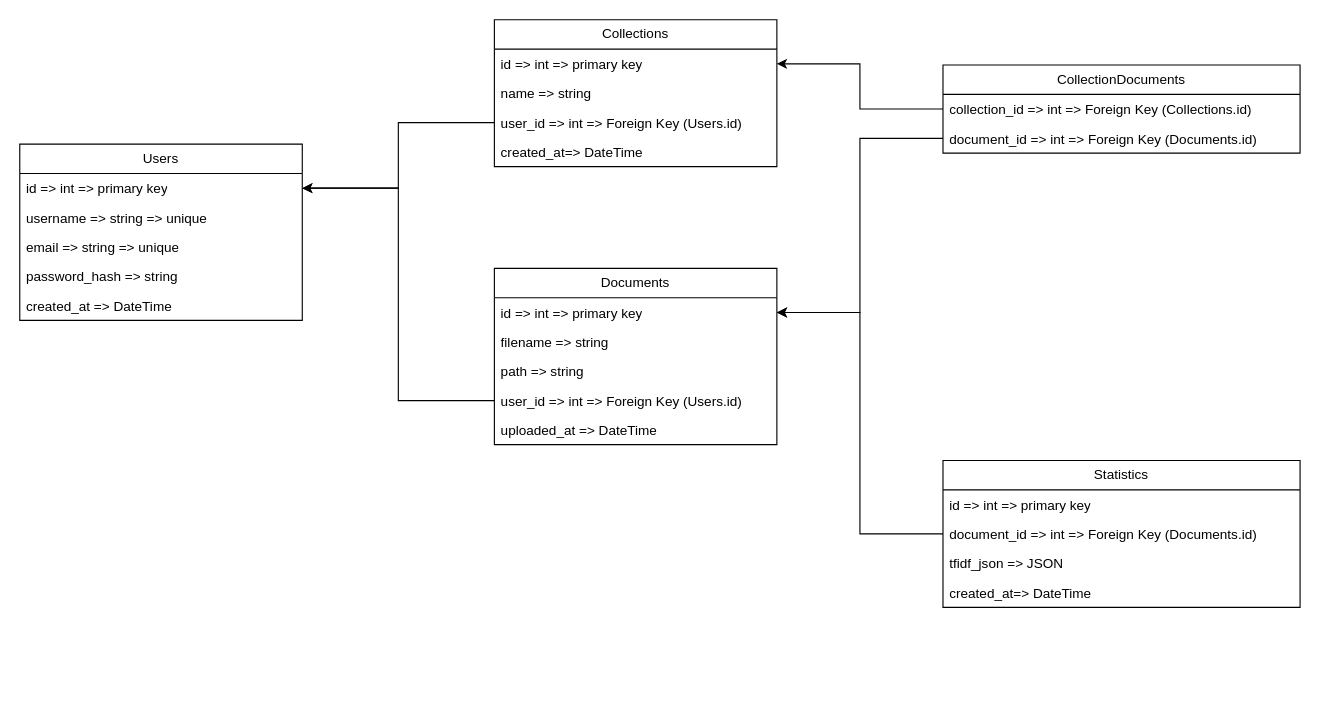
This is EntranceTask/TF-IDF/db_schema/Db_Schema.drawio from Azizbek-3D-Developer/East_Games_Projects, a draw.io file, before an edit. Source tidied: cells renumbered, new cells numbered last; positions are measured from the earlier drawing's top-left corner, leaving out a move shared by most shapes. Both pictures are drawn from the tidied source at 113%, with x=0, y=0 at pixel (19, 19).
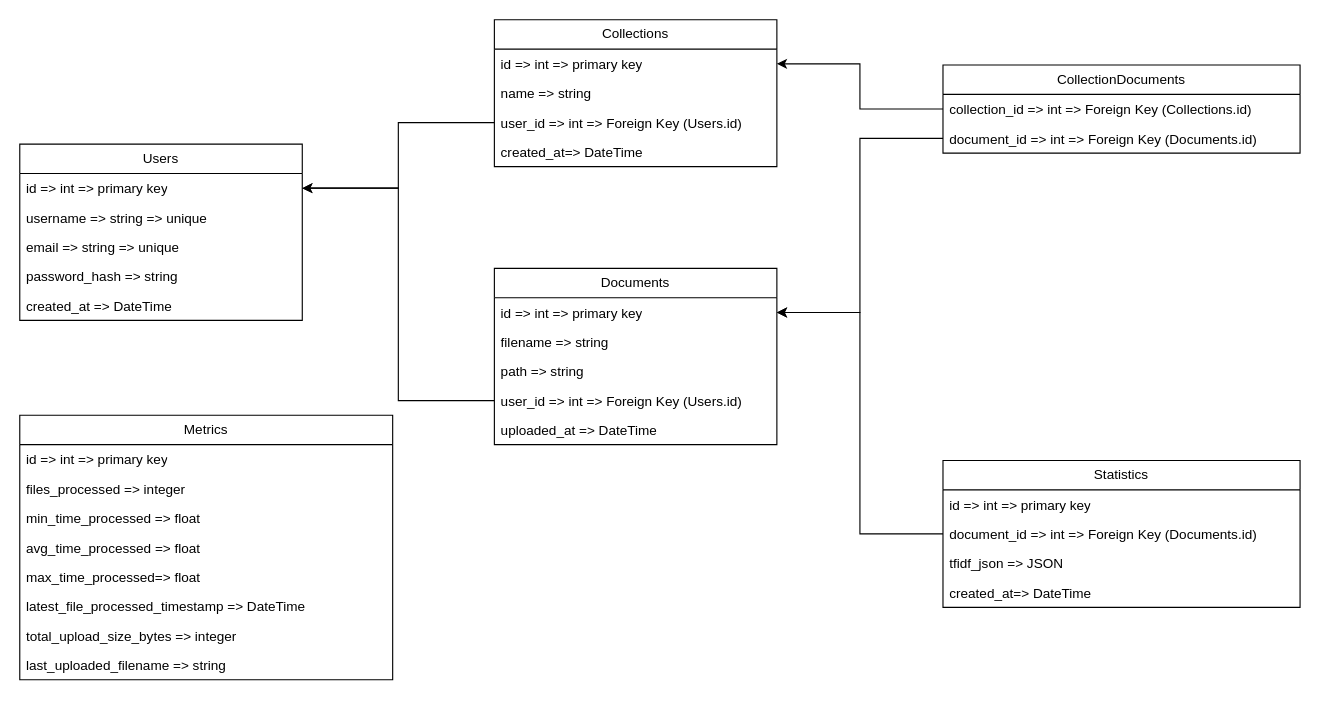
After the change.

The edit, as a diff of the source:
```diff
@@
+    <mxCell id="32" value="Metrics" style="swimlane;fontStyle=0;horizontal=1;startSize=26;fillColor=none;whiteSpace=wrap;html=1;" parent="1" vertex="1">
+      <mxGeometry y="350" width="330" height="234" as="geometry" />
+    </mxCell>
+    <mxCell id="33" value="id =&amp;gt; int =&amp;gt; primary key" style="text;strokeColor=none;fillColor=none;align=left;verticalAlign=top;spacingLeft=4;spacingRight=4;overflow=hidden;whiteSpace=wrap;html=1;" parent="32" vertex="1">
+      <mxGeometry y="26" width="330" height="26" as="geometry" />
+    </mxCell>
+    <mxCell id="34" value="files_processed =&amp;gt; integer" style="text;strokeColor=none;fillColor=none;align=left;verticalAlign=top;spacingLeft=4;spacingRight=4;overflow=hidden;whiteSpace=wrap;html=1;" parent="32" vertex="1">
+      <mxGeometry y="52" width="330" height="26" as="geometry" />
+    </mxCell>
+    <mxCell id="35" value="min_time_processed =&amp;gt; float" style="text;strokeColor=none;fillColor=none;align=left;verticalAlign=top;spacingLeft=4;spacingRight=4;overflow=hidden;whiteSpace=wrap;html=1;" parent="32" vertex="1">
+      <mxGeometry y="78" width="330" height="26" as="geometry" />
+    </mxCell>
+    <mxCell id="36" value="avg_time_processed =&amp;gt; float" style="text;strokeColor=none;fillColor=none;align=left;verticalAlign=top;spacingLeft=4;spacingRight=4;overflow=hidden;whiteSpace=wrap;html=1;" parent="32" vertex="1">
+      <mxGeometry y="104" width="330" height="26" as="geometry" />
+    </mxCell>
+    <mxCell id="37" value="max_time_processed=&amp;gt; float" style="text;strokeColor=none;fillColor=none;align=left;verticalAlign=top;spacingLeft=4;spacingRight=4;overflow=hidden;whiteSpace=wrap;html=1;" parent="32" vertex="1">
+      <mxGeometry y="130" width="330" height="26" as="geometry" />
+    </mxCell>
+    <mxCell id="38" value="latest_file_processed_timestamp&amp;nbsp;=&amp;gt; DateTime" style="text;strokeColor=none;fillColor=none;align=left;verticalAlign=top;spacingLeft=4;spacingRight=4;overflow=hidden;whiteSpace=wrap;html=1;" parent="32" vertex="1">
+      <mxGeometry y="156" width="330" height="26" as="geometry" />
+    </mxCell>
+    <mxCell id="39" value="total_upload_size_bytes =&amp;gt; integer" style="text;strokeColor=none;fillColor=none;align=left;verticalAlign=top;spacingLeft=4;spacingRight=4;overflow=hidden;whiteSpace=wrap;html=1;" parent="32" vertex="1">
+      <mxGeometry y="182" width="330" height="26" as="geometry" />
+    </mxCell>
+    <mxCell id="40" value="last_uploaded_filename =&amp;gt; string" style="text;strokeColor=none;fillColor=none;align=left;verticalAlign=top;spacingLeft=4;spacingRight=4;overflow=hidden;whiteSpace=wrap;html=1;" parent="32" vertex="1">
+      <mxGeometry y="208" width="330" height="26" as="geometry" />
+    </mxCell>
```
